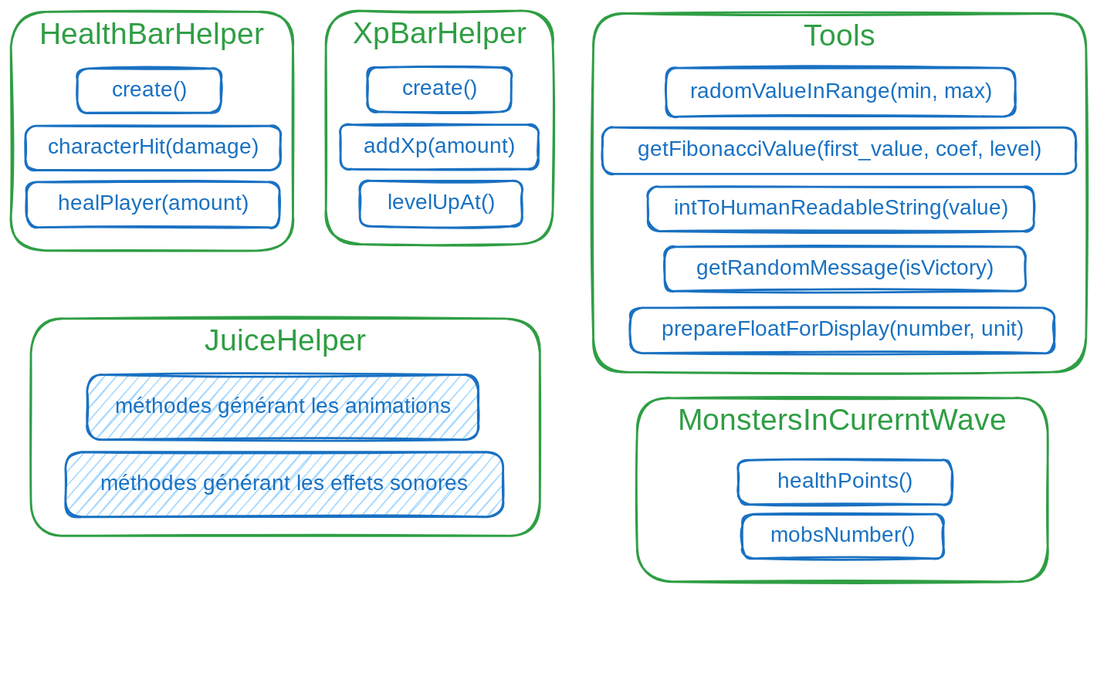
This is docs/helpers.excalidraw.svg from thedwarf21/MobsVasion, a Excalidraw export, as it was before one commit. Source tidied: one line per element, renumbered; positions are measured from the earlier drawing's top-left corner, leaving out a move shared by most shapes.
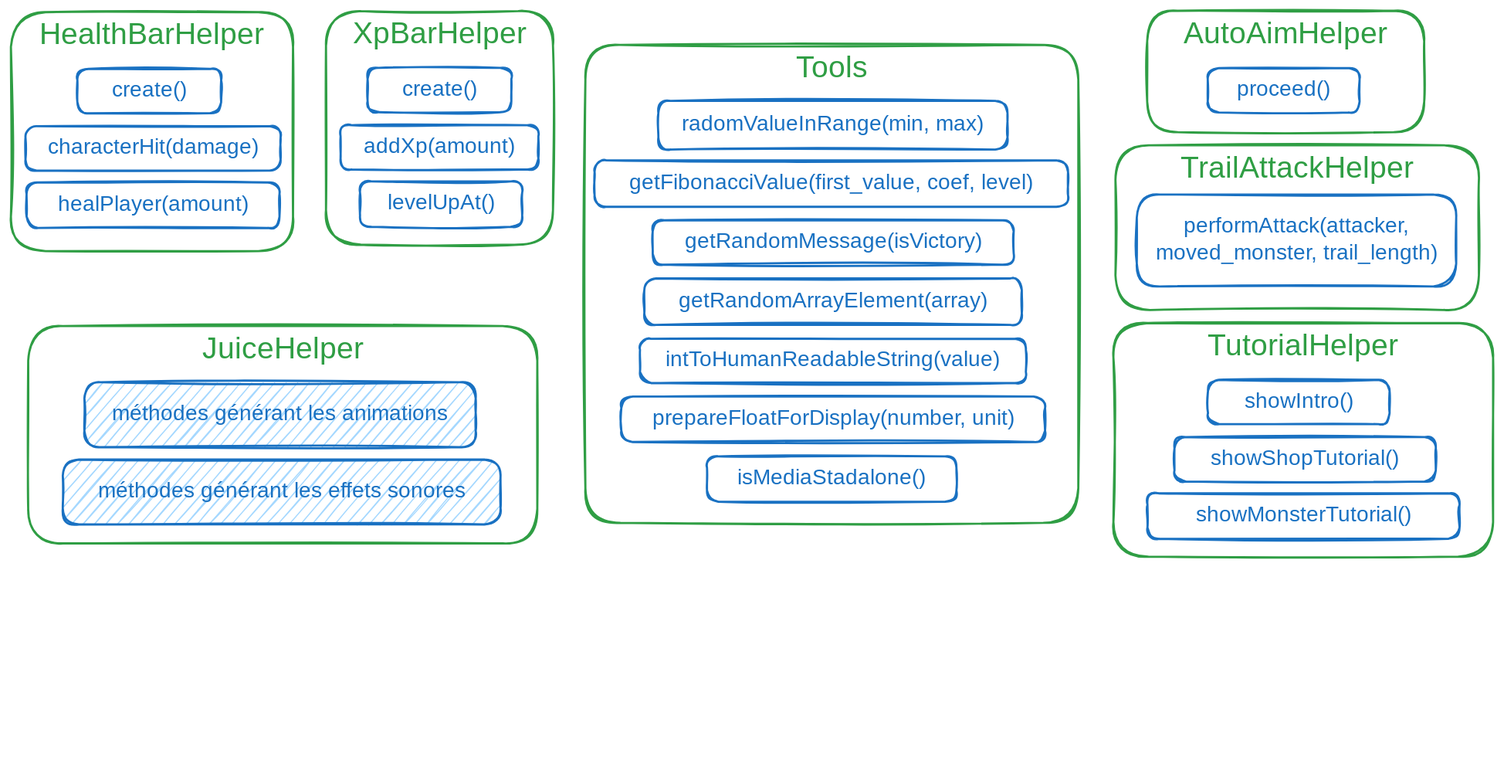
Later version of the same file.

What changed in the source:
```diff
@@ -14,27 +14,41 @@
 {"id": 13, "type": "text", "text": "addXp(amount)", "strokeColor": "#1971c2", "strokeWidth": 2, "roughness": 1, "fontSize": 20, "fontFamily": 5, "textAlign": "center", "verticalAlign": "middle", "inside": 12, "x": 324, "y": 114, "width": 145, "height": 25}
 {"id": 14, "type": "rectangle", "strokeColor": "#1971c2", "strokeWidth": 2, "roughness": 1, "round": true, "x": 323, "y": 158, "width": 150, "height": 42}
 {"id": 15, "type": "text", "text": "levelUpAt()", "strokeColor": "#1971c2", "strokeWidth": 2, "roughness": 1, "fontSize": 20, "fontFamily": 5, "textAlign": "center", "verticalAlign": "middle", "inside": 14, "x": 344, "y": 166, "width": 108, "height": 25}
+{"id": 28, "type": "rectangle", "strokeColor": "#2f9e44", "strokeWidth": 2, "roughness": 1, "round": true, "x": 16, "y": 291, "width": 471, "height": 201}
+{"id": 29, "type": "text", "text": "JuiceHelper", "strokeColor": "#2f9e44", "strokeWidth": 2, "roughness": 1, "fontSize": 28, "fontFamily": 5, "textAlign": "center", "inside": 28, "x": 178, "y": 296, "width": 146, "height": 35}
+{"id": 30, "type": "rectangle", "strokeColor": "#1971c2", "backgroundColor": "#a5d8ff", "fillStyle": "hachure", "strokeWidth": 2, "roughness": 1, "round": true, "x": 68, "y": 343, "width": 362, "height": 60}
+{"id": 31, "type": "text", "text": "méthodes générant les animations", "strokeColor": "#1971c2", "strokeWidth": 2, "roughness": 1, "fontSize": 20, "fontFamily": 5, "textAlign": "center", "verticalAlign": "middle", "inside": 30, "x": 85, "y": 361, "width": 328, "height": 25}
+{"id": 32, "type": "rectangle", "strokeColor": "#1971c2", "backgroundColor": "#a5d8ff", "fillStyle": "hachure", "strokeWidth": 2, "roughness": 1, "round": true, "x": 48, "y": 415, "width": 405, "height": 60}
+{"id": 33, "type": "text", "text": "méthodes générant les effets sonores", "strokeColor": "#1971c2", "strokeWidth": 2, "roughness": 1, "fontSize": 20, "fontFamily": 5, "textAlign": "center", "verticalAlign": "middle", "inside": 32, "x": 65, "y": 432, "width": 371, "height": 25}
+{"id": 40, "type": "rectangle", "strokeColor": "#2f9e44", "strokeWidth": 2, "roughness": 1, "round": true, "x": 1051, "y": 0, "width": 256, "height": 112}
+{"id": 41, "type": "text", "text": "AutoAimHelper", "strokeColor": "#2f9e44", "strokeWidth": 2, "roughness": 1, "fontSize": 28, "fontFamily": 5, "textAlign": "center", "inside": 40, "x": 1084, "y": 5, "width": 190, "height": 35}
+{"id": 42, "type": "rectangle", "strokeColor": "#1971c2", "strokeWidth": 2, "roughness": 1, "round": true, "x": 1107, "y": 53, "width": 141, "height": 41}
+{"id": 43, "type": "text", "text": "proceed()", "strokeColor": "#1971c2", "strokeWidth": 2, "roughness": 1, "fontSize": 20, "fontFamily": 5, "textAlign": "center", "verticalAlign": "middle", "inside": 42, "x": 1132, "y": 61, "width": 91, "height": 25}
+{"id": 44, "type": "rectangle", "strokeColor": "#2f9e44", "strokeWidth": 2, "roughness": 1, "round": true, "x": 1022, "y": 124, "width": 336, "height": 152}
+{"id": 45, "type": "text", "text": "TrailAttackHelper", "strokeColor": "#2f9e44", "strokeWidth": 2, "roughness": 1, "fontSize": 28, "fontFamily": 5, "textAlign": "center", "inside": 44, "x": 1072, "y": 129, "width": 235, "height": 35}
+{"id": 46, "type": "rectangle", "strokeColor": "#1971c2", "strokeWidth": 2, "roughness": 1, "round": true, "x": 1042, "y": 170, "width": 295, "height": 85}
+{"id": 47, "type": "text", "text": "performAttack(attacker,\nmoved_monster, trail_length)", "strokeColor": "#1971c2", "strokeWidth": 2, "roughness": 1, "fontSize": 20, "fontFamily": 5, "textAlign": "center", "verticalAlign": "middle", "inside": 46, "x": 1049, "y": 187, "width": 281, "height": 50}
-{"id": 16, "type": "rectangle", "strokeColor": "#2f9e44", "strokeWidth": 2, "roughness": 1, "round": true, "x": 539, "y": 2, "width": 456, "height": 332}
+{"id": 16, "type": "rectangle", "strokeColor": "#2f9e44", "strokeWidth": 2, "roughness": 1, "round": true, "x": 532, "y": 31, "width": 456, "height": 442}
-{"id": 17, "type": "text", "text": "Tools", "strokeColor": "#2f9e44", "strokeWidth": 2, "roughness": 1, "fontSize": 28, "fontFamily": 5, "textAlign": "center", "inside": 16, "x": 729, "y": 8, "width": 77, "height": 35}
+{"id": 17, "type": "text", "text": "Tools", "strokeColor": "#2f9e44", "strokeWidth": 2, "roughness": 1, "fontSize": 28, "fontFamily": 5, "textAlign": "center", "inside": 16, "x": 721, "y": 36, "width": 77, "height": 35}
-{"id": 18, "type": "rectangle", "strokeColor": "#1971c2", "strokeWidth": 2, "roughness": 1, "round": true, "x": 606, "y": 53, "width": 323, "height": 45}
+{"id": 18, "type": "rectangle", "strokeColor": "#1971c2", "strokeWidth": 2, "roughness": 1, "round": true, "x": 599, "y": 83, "width": 323, "height": 45}
-{"id": 19, "type": "text", "text": "radomValueInRange(min, max)", "strokeColor": "#1971c2", "strokeWidth": 2, "roughness": 1, "fontSize": 20, "fontFamily": 5, "textAlign": "center", "verticalAlign": "middle", "inside": 18, "x": 628, "y": 63, "width": 280, "height": 25}
+{"id": 19, "type": "text", "text": "radomValueInRange(min, max)", "strokeColor": "#1971c2", "strokeWidth": 2, "roughness": 1, "fontSize": 20, "fontFamily": 5, "textAlign": "center", "verticalAlign": "middle", "inside": 18, "x": 620, "y": 93, "width": 280, "height": 25}
-{"id": 20, "type": "rectangle", "strokeColor": "#1971c2", "strokeWidth": 2, "roughness": 1, "round": true, "x": 548, "y": 108, "width": 438, "height": 43}
+{"id": 20, "type": "rectangle", "strokeColor": "#1971c2", "strokeWidth": 2, "roughness": 1, "round": true, "x": 540, "y": 138, "width": 438, "height": 43}
-{"id": 21, "type": "text", "text": "getFibonacciValue(first_value, coef, level)", "strokeColor": "#1971c2", "strokeWidth": 2, "roughness": 1, "fontSize": 20, "fontFamily": 5, "textAlign": "center", "verticalAlign": "middle", "inside": 20, "x": 565, "y": 117, "width": 403, "height": 25}
+{"id": 21, "type": "text", "text": "getFibonacciValue(first_value, coef, level)", "strokeColor": "#1971c2", "strokeWidth": 2, "roughness": 1, "fontSize": 20, "fontFamily": 5, "textAlign": "center", "verticalAlign": "middle", "inside": 20, "x": 558, "y": 147, "width": 403, "height": 25}
-{"id": 22, "type": "rectangle", "strokeColor": "#1971c2", "strokeWidth": 2, "roughness": 1, "round": true, "x": 590, "y": 163, "width": 357, "height": 41}
+{"id": 22, "type": "rectangle", "strokeColor": "#1971c2", "strokeWidth": 2, "roughness": 1, "round": true, "x": 582, "y": 303, "width": 357, "height": 41}
-{"id": 23, "type": "text", "text": "intToHumanReadableString(value)", "strokeColor": "#1971c2", "strokeWidth": 2, "roughness": 1, "fontSize": 20, "fontFamily": 5, "textAlign": "center", "verticalAlign": "middle", "inside": 22, "x": 607, "y": 171, "width": 322, "height": 25}
+{"id": 23, "type": "text", "text": "intToHumanReadableString(value)", "strokeColor": "#1971c2", "strokeWidth": 2, "roughness": 1, "fontSize": 20, "fontFamily": 5, "textAlign": "center", "verticalAlign": "middle", "inside": 22, "x": 600, "y": 311, "width": 322, "height": 25}
-{"id": 24, "type": "rectangle", "strokeColor": "#1971c2", "strokeWidth": 2, "roughness": 1, "round": true, "x": 605, "y": 218, "width": 334, "height": 41}
+{"id": 24, "type": "rectangle", "strokeColor": "#1971c2", "strokeWidth": 2, "roughness": 1, "round": true, "x": 594, "y": 194, "width": 334, "height": 41}
-{"id": 25, "type": "text", "text": "getRandomMessage(isVictory)", "strokeColor": "#1971c2", "strokeWidth": 2, "roughness": 1, "fontSize": 20, "fontFamily": 5, "textAlign": "center", "verticalAlign": "middle", "inside": 24, "x": 627, "y": 226, "width": 289, "height": 25}
+{"id": 25, "type": "text", "text": "getRandomMessage(isVictory)", "strokeColor": "#1971c2", "strokeWidth": 2, "roughness": 1, "fontSize": 20, "fontFamily": 5, "textAlign": "center", "verticalAlign": "middle", "inside": 24, "x": 616, "y": 202, "width": 289, "height": 25}
-{"id": 26, "type": "rectangle", "strokeColor": "#1971c2", "strokeWidth": 2, "roughness": 1, "round": true, "x": 574, "y": 275, "width": 392, "height": 42}
+{"id": 26, "type": "rectangle", "strokeColor": "#1971c2", "strokeWidth": 2, "roughness": 1, "round": true, "x": 565, "y": 356, "width": 392, "height": 42}
-{"id": 27, "type": "text", "text": "prepareFloatForDisplay(number, unit)", "strokeColor": "#1971c2", "strokeWidth": 2, "roughness": 1, "fontSize": 20, "fontFamily": 5, "textAlign": "center", "verticalAlign": "middle", "inside": 26, "x": 592, "y": 284, "width": 355, "height": 25}
+{"id": 27, "type": "text", "text": "prepareFloatForDisplay(number, unit)", "strokeColor": "#1971c2", "strokeWidth": 2, "roughness": 1, "fontSize": 20, "fontFamily": 5, "textAlign": "center", "verticalAlign": "middle", "inside": 26, "x": 583, "y": 365, "width": 355, "height": 25}
-{"id": 28, "type": "rectangle", "strokeColor": "#2f9e44", "strokeWidth": 2, "roughness": 1, "round": true, "x": 18, "y": 285, "width": 471, "height": 201}
-{"id": 29, "type": "text", "text": "JuiceHelper", "strokeColor": "#2f9e44", "strokeWidth": 2, "roughness": 1, "fontSize": 28, "fontFamily": 5, "textAlign": "center", "inside": 28, "x": 181, "y": 290, "width": 146, "height": 35}
-{"id": 30, "type": "rectangle", "strokeColor": "#1971c2", "backgroundColor": "#a5d8ff", "fillStyle": "hachure", "strokeWidth": 2, "roughness": 1, "round": true, "x": 70, "y": 337, "width": 362, "height": 60}
-{"id": 31, "type": "text", "text": "méthodes générant les animations", "strokeColor": "#1971c2", "strokeWidth": 2, "roughness": 1, "fontSize": 20, "fontFamily": 5, "textAlign": "center", "verticalAlign": "middle", "inside": 30, "x": 88, "y": 354, "width": 328, "height": 25}
-{"id": 32, "type": "rectangle", "strokeColor": "#1971c2", "backgroundColor": "#a5d8ff", "fillStyle": "hachure", "strokeWidth": 2, "roughness": 1, "round": true, "x": 50, "y": 408, "width": 405, "height": 60}
-{"id": 33, "type": "text", "text": "méthodes générant les effets sonores", "strokeColor": "#1971c2", "strokeWidth": 2, "roughness": 1, "fontSize": 20, "fontFamily": 5, "textAlign": "center", "verticalAlign": "middle", "inside": 32, "x": 68, "y": 426, "width": 371, "height": 25}
-{"id": 34, "type": "rectangle", "strokeColor": "#2f9e44", "strokeWidth": 2, "roughness": 1, "round": true, "x": 580, "y": 358, "width": 380, "height": 170}
-{"id": 35, "type": "text", "text": "MonstersInCurerntWave", "strokeColor": "#2f9e44", "strokeWidth": 2, "roughness": 1, "fontSize": 28, "fontFamily": 5, "textAlign": "center", "inside": 34, "x": 608, "y": 364, "width": 323, "height": 35}
-{"id": 36, "type": "rectangle", "strokeColor": "#1971c2", "strokeWidth": 2, "roughness": 1, "round": true, "x": 673, "y": 416, "width": 198, "height": 41}
-{"id": 37, "type": "text", "text": "healthPoints()", "strokeColor": "#1971c2", "strokeWidth": 2, "roughness": 1, "fontSize": 20, "fontFamily": 5, "textAlign": "center", "verticalAlign": "middle", "inside": 36, "x": 702, "y": 424, "width": 140, "height": 25}
-{"id": 38, "type": "rectangle", "strokeColor": "#1971c2", "strokeWidth": 2, "roughness": 1, "round": true, "x": 677, "y": 466, "width": 186, "height": 41}
-{"id": 39, "type": "text", "text": "mobsNumber()", "strokeColor": "#1971c2", "strokeWidth": 2, "roughness": 1, "fontSize": 20, "fontFamily": 5, "textAlign": "center", "verticalAlign": "middle", "inside": 38, "x": 704, "y": 474, "width": 131, "height": 25}
+{"id": 48, "type": "rectangle", "strokeColor": "#1971c2", "strokeWidth": 2, "roughness": 1, "round": true, "x": 586, "y": 247, "width": 349, "height": 43}
+{"id": 49, "type": "text", "text": "getRandomArrayElement(array)", "strokeColor": "#1971c2", "strokeWidth": 2, "roughness": 1, "fontSize": 20, "fontFamily": 5, "textAlign": "center", "verticalAlign": "middle", "inside": 48, "x": 611, "y": 256, "width": 299, "height": 25}
+{"id": 50, "type": "rectangle", "strokeColor": "#1971c2", "strokeWidth": 2, "roughness": 1, "round": true, "x": 644, "y": 412, "width": 231, "height": 42}
+{"id": 51, "type": "text", "text": "isMediaStadalone()", "strokeColor": "#1971c2", "strokeWidth": 2, "roughness": 1, "fontSize": 20, "fontFamily": 5, "textAlign": "center", "verticalAlign": "middle", "inside": 50, "x": 668, "y": 420, "width": 184, "height": 25}
+{"id": 52, "type": "rectangle", "strokeColor": "#2f9e44", "strokeWidth": 2, "roughness": 1, "round": true, "x": 1020, "y": 288, "width": 351, "height": 216}
+{"id": 53, "type": "text", "text": "TutorialHelper", "strokeColor": "#2f9e44", "strokeWidth": 2, "roughness": 1, "fontSize": 28, "fontFamily": 5, "textAlign": "center", "inside": 52, "x": 1101, "y": 294, "width": 190, "height": 35}
+{"id": 54, "type": "rectangle", "strokeColor": "#1971c2", "strokeWidth": 2, "roughness": 1, "round": true, "x": 1108, "y": 341, "width": 168, "height": 41}
+{"id": 55, "type": "text", "text": "showIntro()", "strokeColor": "#1971c2", "strokeWidth": 2, "roughness": 1, "fontSize": 20, "fontFamily": 5, "textAlign": "center", "verticalAlign": "middle", "inside": 54, "x": 1133, "y": 349, "width": 118, "height": 25}
+{"id": 56, "type": "rectangle", "strokeColor": "#1971c2", "strokeWidth": 2, "roughness": 1, "round": true, "x": 1076, "y": 394, "width": 242, "height": 41}
+{"id": 57, "type": "text", "text": "showShopTutorial()", "strokeColor": "#1971c2", "strokeWidth": 2, "roughness": 1, "fontSize": 20, "fontFamily": 5, "textAlign": "center", "verticalAlign": "middle", "inside": 56, "x": 1103, "y": 402, "width": 189, "height": 25}
+{"id": 58, "type": "rectangle", "strokeColor": "#1971c2", "strokeWidth": 2, "roughness": 1, "round": true, "x": 1052, "y": 446, "width": 289, "height": 42}
+{"id": 59, "type": "text", "text": "showMonsterTutorial()", "strokeColor": "#1971c2", "strokeWidth": 2, "roughness": 1, "fontSize": 20, "fontFamily": 5, "textAlign": "center", "verticalAlign": "middle", "inside": 58, "x": 1084, "y": 454, "width": 223, "height": 25}
```
